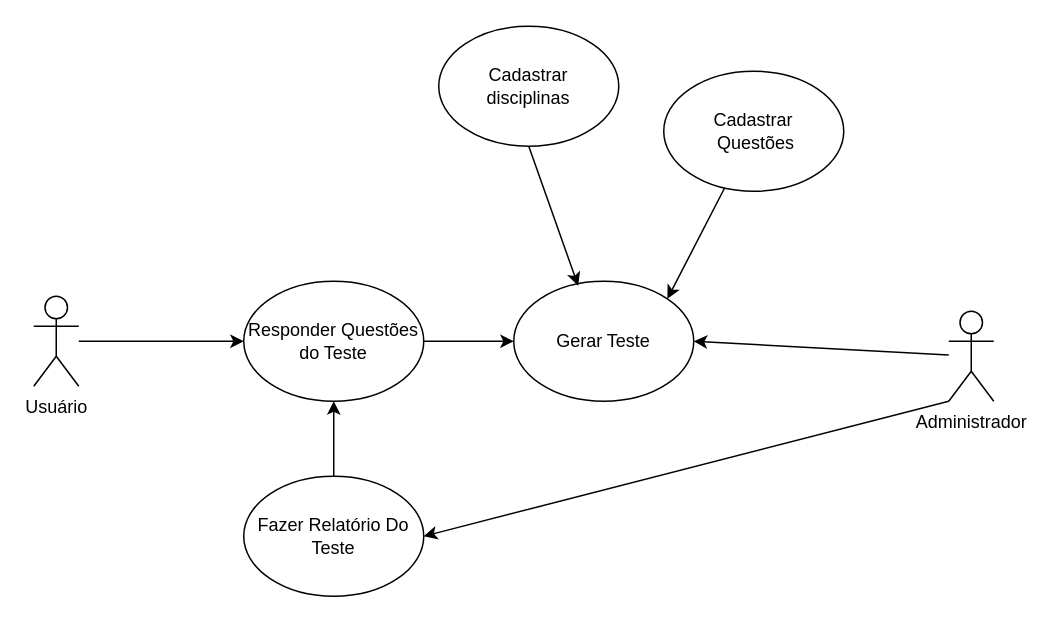
ArcanjoDaGuarda/AnjoProjetos keeps this draw.io diagram as QuartaTarefa.drawio. Above is the earlier version. Source tidied: cells renumbered, new cells numbered last; positions are measured from the earlier drawing's top-left corner, leaving out a move shared by most shapes. Both pictures are drawn from the tidied source at 150%, with x=0, y=0 at pixel (33, 26).
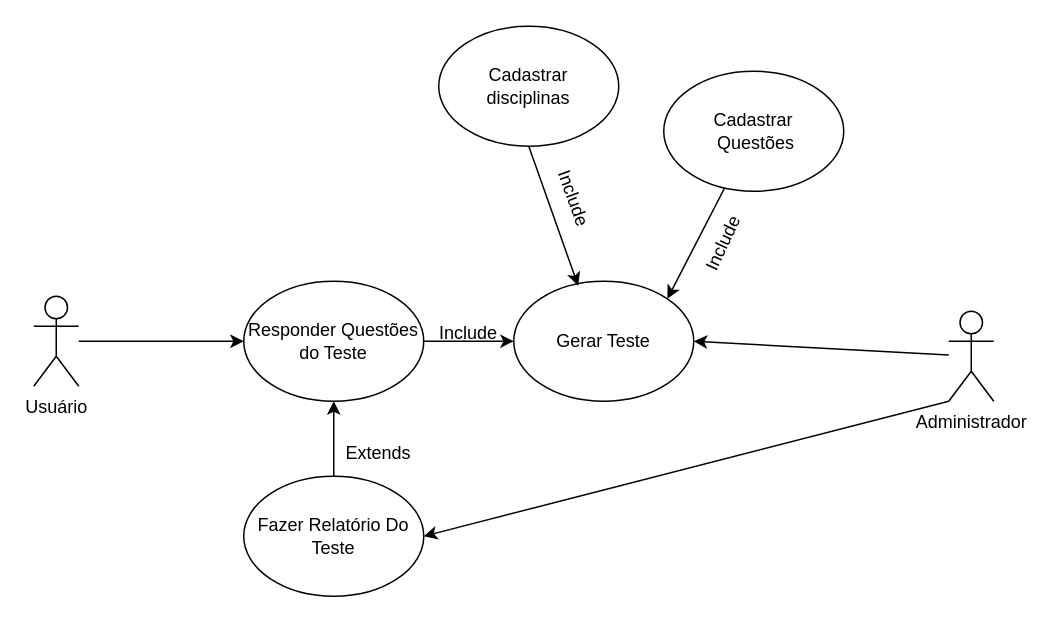
The same diagram, later.

The edit, as a diff of the source:
```diff
@@
 <mxGraphModel>
   <root>
     <mxCell id="0" />
     <mxCell id="1" parent="0" />
     <mxCell id="2" style="edgeStyle=orthogonalEdgeStyle;rounded=0;jettySize=auto;html=1;" parent="1" edge="1" source="3" target="8">
       <mxGeometry relative="1" as="geometry" />
     </mxCell>
     <mxCell id="3" value="Usuário" style="shape=umlActor;verticalLabelPosition=bottom;verticalAlign=top;html=1;outlineConnect=0;" parent="1" vertex="1">
       <mxGeometry y="180" width="30" height="60" as="geometry" />
     </mxCell>
     <mxCell id="4" value="Administrador" style="shape=umlActor;verticalLabelPosition=bottom;verticalAlign=top;html=1;outlineConnect=0;" parent="1" vertex="1">
       <mxGeometry x="610" y="190" width="30" height="60" as="geometry" />
     </mxCell>
     <mxCell id="5" value="Cadastrar &lt;br&gt;disciplinas" style="ellipse;whiteSpace=wrap;html=1;" parent="1" vertex="1">
       <mxGeometry x="270" width="120" height="80" as="geometry" />
     </mxCell>
     <mxCell id="6" value="Gerar Teste" style="ellipse;whiteSpace=wrap;html=1;" parent="1" vertex="1">
       <mxGeometry x="320" y="170" width="120" height="80" as="geometry" />
     </mxCell>
     <mxCell id="7" style="edgeStyle=orthogonalEdgeStyle;rounded=0;jettySize=auto;html=1;" parent="1" edge="1" source="8" target="6">
       <mxGeometry relative="1" as="geometry" />
     </mxCell>
     <mxCell id="8" value="Responder Questões do Teste" style="ellipse;whiteSpace=wrap;html=1;" parent="1" vertex="1">
       <mxGeometry x="140" y="170" width="120" height="80" as="geometry" />
     </mxCell>
     <mxCell id="9" style="edgeStyle=orthogonalEdgeStyle;rounded=0;jettySize=auto;html=1;" parent="1" edge="1" source="10" target="8">
       <mxGeometry relative="1" as="geometry" />
     </mxCell>
     <mxCell id="10" value="Fazer Relatório Do Teste" style="ellipse;whiteSpace=wrap;html=1;" parent="1" vertex="1">
       <mxGeometry x="140" y="300" width="120" height="80" as="geometry" />
     </mxCell>
     <mxCell id="11" value="Cadastrar&lt;br&gt;&amp;nbsp;Questões" style="ellipse;whiteSpace=wrap;html=1;" parent="1" vertex="1">
       <mxGeometry x="420" y="30" width="120" height="80" as="geometry" />
     </mxCell>
     <mxCell id="12" style="endArrow=classic;html=1;rounded=0;entryX=0.358;entryY=0.038;entryDx=0;entryDy=0;entryPerimeter=0;exitX=0.5;exitY=1;exitDx=0;exitDy=0;" parent="1" edge="1" source="5" target="6">
       <mxGeometry relative="1" as="geometry" />
     </mxCell>
     <mxCell id="13" style="endArrow=classic;html=1;rounded=0;entryX=1;entryY=0;entryDx=0;entryDy=0;" parent="1" edge="1" source="11" target="6">
       <mxGeometry relative="1" as="geometry" />
     </mxCell>
     <mxCell id="14" style="endArrow=classic;html=1;rounded=0;entryX=1;entryY=0.5;entryDx=0;entryDy=0;" parent="1" edge="1" source="4" target="6">
       <mxGeometry relative="1" as="geometry" />
     </mxCell>
     <mxCell id="15" style="endArrow=classic;html=1;rounded=0;exitX=0;exitY=1;exitDx=0;exitDy=0;exitPerimeter=0;entryX=1;entryY=0.5;entryDx=0;entryDy=0;" parent="1" edge="1" source="4" target="10">
       <mxGeometry relative="1" as="geometry" />
     </mxCell>
+    <mxCell id="16" value="Include" style="text;html=1;strokeColor=none;fillColor=none;align=center;verticalAlign=middle;whiteSpace=wrap;rounded=0;rotation=70;" parent="1" vertex="1">
+      <mxGeometry x="330" y="100" width="60" height="30" as="geometry" />
+    </mxCell>
+    <mxCell id="17" value="Include" style="text;html=1;strokeColor=none;fillColor=none;align=center;verticalAlign=middle;whiteSpace=wrap;rounded=0;rotation=-65;" parent="1" vertex="1">
+      <mxGeometry x="430" y="130" width="60" height="30" as="geometry" />
+    </mxCell>
+    <mxCell id="18" value="Include" style="text;html=1;strokeColor=none;fillColor=none;align=center;verticalAlign=middle;whiteSpace=wrap;rounded=0;rotation=0;" parent="1" vertex="1">
+      <mxGeometry x="260" y="190" width="60" height="30" as="geometry" />
+    </mxCell>
+    <mxCell id="19" value="Extends" style="text;html=1;strokeColor=none;fillColor=none;align=center;verticalAlign=middle;whiteSpace=wrap;rounded=0;" parent="1" vertex="1">
+      <mxGeometry x="200" y="270" width="60" height="30" as="geometry" />
+    </mxCell>
   </root>
 </mxGraphModel>
```
